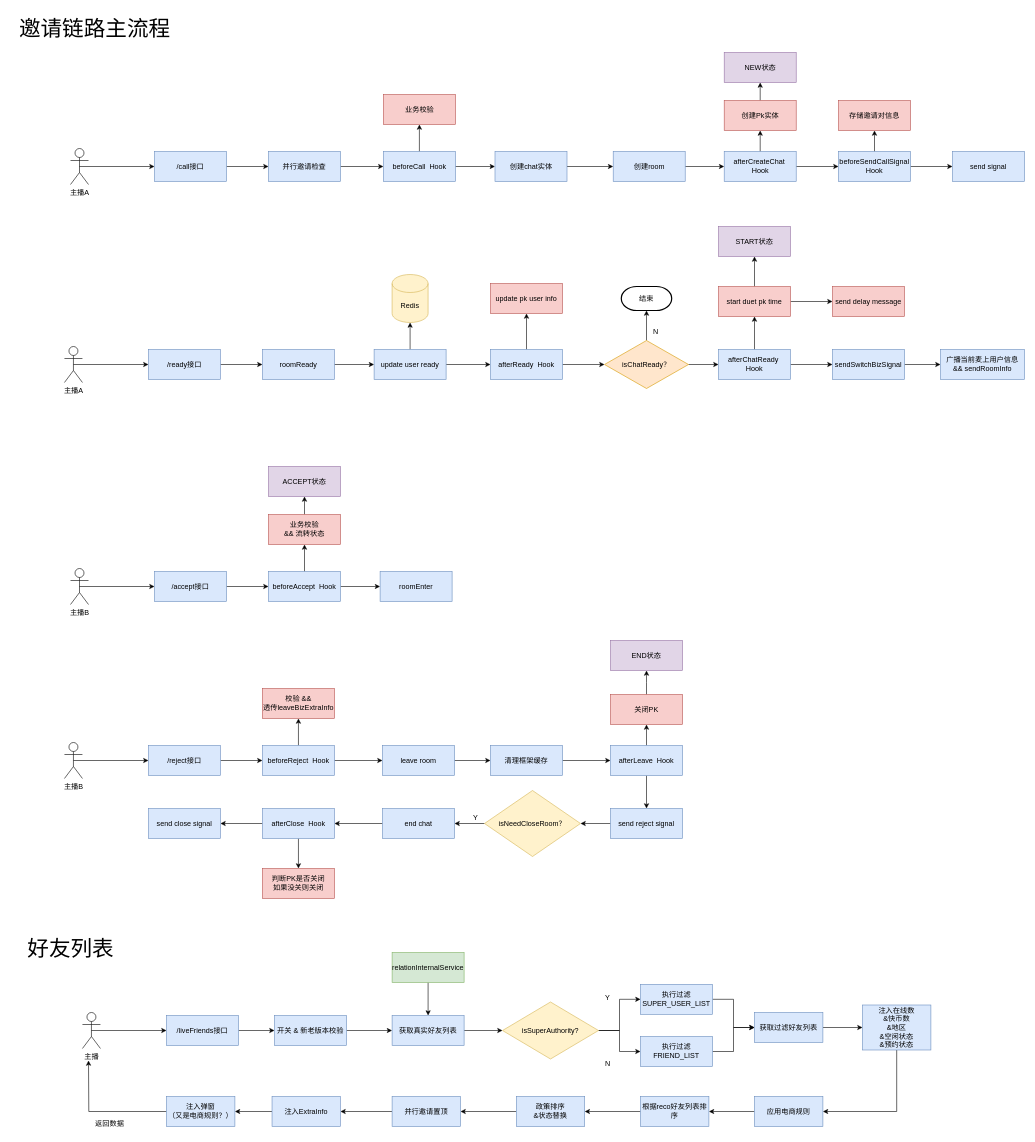
Earlier version of the draw.io diagram PK.drawio (fengyn1218/draw-pic). Source tidied: cells renumbered, new cells numbered last; positions are measured from the earlier drawing's top-left corner, leaving out a move shared by most shapes. Both pictures are drawn from the tidied source at 60%, with x=0, y=0 at pixel (10, 10).
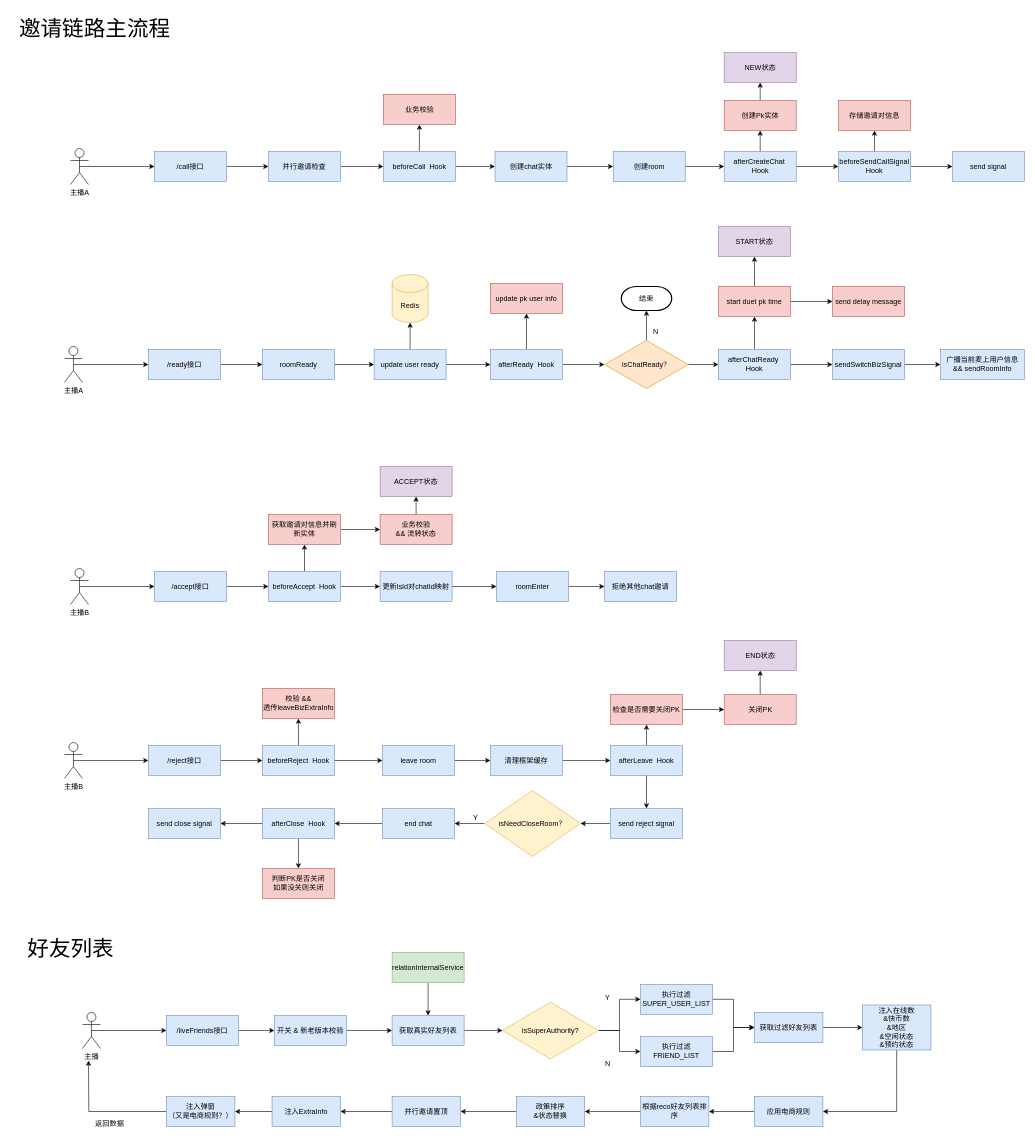
The same page after the edit.

Unchanged cells that the change refers to:
```xml
<mxCell id="56" value="beforeAccept&amp;nbsp; Hook" style="rounded=0;whiteSpace=wrap;html=1;fillColor=#dae8fc;strokeColor=#6c8ebf;" parent="1" vertex="1">
  <mxGeometry x="430" y="935" width="120" height="50" as="geometry" />
</mxCell>
<mxCell id="75" value="afterLeave&amp;nbsp; Hook" style="rounded=0;whiteSpace=wrap;html=1;fillColor=#dae8fc;strokeColor=#6c8ebf;" parent="1" vertex="1">
  <mxGeometry x="1000" y="1225" width="120" height="50" as="geometry" />
</mxCell>
```

What changed in the source:
```diff
@@
-    <mxCell id="54" style="edgeStyle=orthogonalEdgeStyle;rounded=0;jettySize=auto;html=1;exitX=0.5;exitY=0;exitDx=0;exitDy=0;entryX=0.5;entryY=1;entryDx=0;entryDy=0;" parent="1" edge="1" source="56" target="58">
-      <mxGeometry relative="1" as="geometry" />
-    </mxCell>
@@
+    <mxCell id="136" style="edgeStyle=orthogonalEdgeStyle;rounded=0;jettySize=auto;html=1;exitX=0.5;exitY=0;exitDx=0;exitDy=0;entryX=0.5;entryY=1;entryDx=0;entryDy=0;" parent="1" edge="1" source="56" target="140">
+      <mxGeometry relative="1" as="geometry" />
+    </mxCell>
@@
     <mxCell id="58" value="业务校验&lt;br&gt;&amp;amp;&amp;amp; 流转状态" style="rounded=0;whiteSpace=wrap;html=1;fillColor=#f8cecc;strokeColor=#b85450;" parent="1" vertex="1">
-      <mxGeometry x="430" y="840" width="120" height="50" as="geometry" />
+      <mxGeometry x="616" y="840" width="120" height="50" as="geometry" />
     </mxCell>
     <mxCell id="59" value="ACCEPT状态" style="rounded=0;whiteSpace=wrap;html=1;fillColor=#e1d5e7;strokeColor=#9673a6;" parent="1" vertex="1">
-      <mxGeometry x="430" y="760" width="120" height="50" as="geometry" />
+      <mxGeometry x="616" y="760" width="120" height="50" as="geometry" />
     </mxCell>
+    <mxCell id="137" style="edgeStyle=orthogonalEdgeStyle;rounded=0;jettySize=auto;html=1;exitX=1;exitY=0.5;exitDx=0;exitDy=0;entryX=0;entryY=0.5;entryDx=0;entryDy=0;" parent="1" edge="1" source="60" target="142">
+      <mxGeometry relative="1" as="geometry" />
+    </mxCell>
-    <mxCell id="60" value="roomEnter" style="rounded=0;whiteSpace=wrap;html=1;fillColor=#dae8fc;strokeColor=#6c8ebf;" parent="1" vertex="1">
+    <mxCell id="60" value="更新lsId对chatId映射" style="rounded=0;whiteSpace=wrap;html=1;fillColor=#dae8fc;strokeColor=#6c8ebf;" parent="1" vertex="1">
       <mxGeometry x="616" y="935" width="120" height="50" as="geometry" />
     </mxCell>
@@
-    <mxCell id="73" style="edgeStyle=orthogonalEdgeStyle;rounded=0;jettySize=auto;html=1;exitX=0.5;exitY=0;exitDx=0;exitDy=0;entryX=0.5;entryY=1;entryDx=0;entryDy=0;" parent="1" edge="1" source="75" target="77">
-      <mxGeometry relative="1" as="geometry" />
-    </mxCell>
@@
+    <mxCell id="138" style="edgeStyle=orthogonalEdgeStyle;rounded=0;jettySize=auto;html=1;exitX=0.5;exitY=0;exitDx=0;exitDy=0;entryX=0.5;entryY=1;entryDx=0;entryDy=0;" parent="1" edge="1" source="75" target="145">
+      <mxGeometry relative="1" as="geometry" />
+    </mxCell>
@@
     <mxCell id="76" style="edgeStyle=orthogonalEdgeStyle;rounded=0;jettySize=auto;html=1;exitX=0.5;exitY=0;exitDx=0;exitDy=0;entryX=0.5;entryY=1;entryDx=0;entryDy=0;" parent="1" edge="1" source="77">
       <mxGeometry relative="1" as="geometry">
-        <mxPoint x="1060" y="1100" as="targetPoint" />
+        <mxPoint x="1249.5" y="1100" as="targetPoint" />
       </mxGeometry>
     </mxCell>
     <mxCell id="77" value="关闭PK" style="rounded=0;whiteSpace=wrap;html=1;fillColor=#f8cecc;strokeColor=#b85450;" parent="1" vertex="1">
-      <mxGeometry x="1000" y="1140" width="120" height="50" as="geometry" />
+      <mxGeometry x="1189.5" y="1140" width="120" height="50" as="geometry" />
     </mxCell>
     <mxCell id="78" value="END状态" style="rounded=0;whiteSpace=wrap;html=1;fillColor=#e1d5e7;strokeColor=#9673a6;" parent="1" vertex="1">
-      <mxGeometry x="1000" y="1050" width="120" height="50" as="geometry" />
+      <mxGeometry x="1189.5" y="1050" width="120" height="50" as="geometry" />
     </mxCell>
@@
+    <mxCell id="139" style="edgeStyle=orthogonalEdgeStyle;rounded=0;jettySize=auto;html=1;exitX=1;exitY=0.5;exitDx=0;exitDy=0;entryX=0;entryY=0.5;entryDx=0;entryDy=0;" parent="1" edge="1" source="140" target="58">
+      <mxGeometry relative="1" as="geometry" />
+    </mxCell>
+    <mxCell id="140" value="获取邀请对信息并刷新实体" style="rounded=0;whiteSpace=wrap;html=1;fillColor=#f8cecc;strokeColor=#b85450;" parent="1" vertex="1">
+      <mxGeometry x="430" y="840" width="120" height="50" as="geometry" />
+    </mxCell>
+    <mxCell id="141" style="edgeStyle=orthogonalEdgeStyle;rounded=0;jettySize=auto;html=1;exitX=1;exitY=0.5;exitDx=0;exitDy=0;entryX=0;entryY=0.5;entryDx=0;entryDy=0;" parent="1" edge="1" source="142" target="143">
+      <mxGeometry relative="1" as="geometry" />
+    </mxCell>
+    <mxCell id="142" value="roomEnter" style="rounded=0;whiteSpace=wrap;html=1;fillColor=#dae8fc;strokeColor=#6c8ebf;" parent="1" vertex="1">
+      <mxGeometry x="810" y="935" width="120" height="50" as="geometry" />
+    </mxCell>
+    <mxCell id="143" value="拒绝其他chat邀请" style="rounded=0;whiteSpace=wrap;html=1;fillColor=#dae8fc;strokeColor=#6c8ebf;" parent="1" vertex="1">
+      <mxGeometry x="990" y="935" width="120" height="50" as="geometry" />
+    </mxCell>
+    <mxCell id="144" style="edgeStyle=orthogonalEdgeStyle;rounded=0;jettySize=auto;html=1;exitX=1;exitY=0.5;exitDx=0;exitDy=0;entryX=0;entryY=0.5;entryDx=0;entryDy=0;" parent="1" edge="1" source="145" target="77">
+      <mxGeometry relative="1" as="geometry" />
+    </mxCell>
+    <mxCell id="145" value="检查是否需要关闭PK" style="rounded=0;whiteSpace=wrap;html=1;fillColor=#f8cecc;strokeColor=#b85450;" parent="1" vertex="1">
+      <mxGeometry x="1000" y="1140" width="120" height="50" as="geometry" />
+    </mxCell>
```
